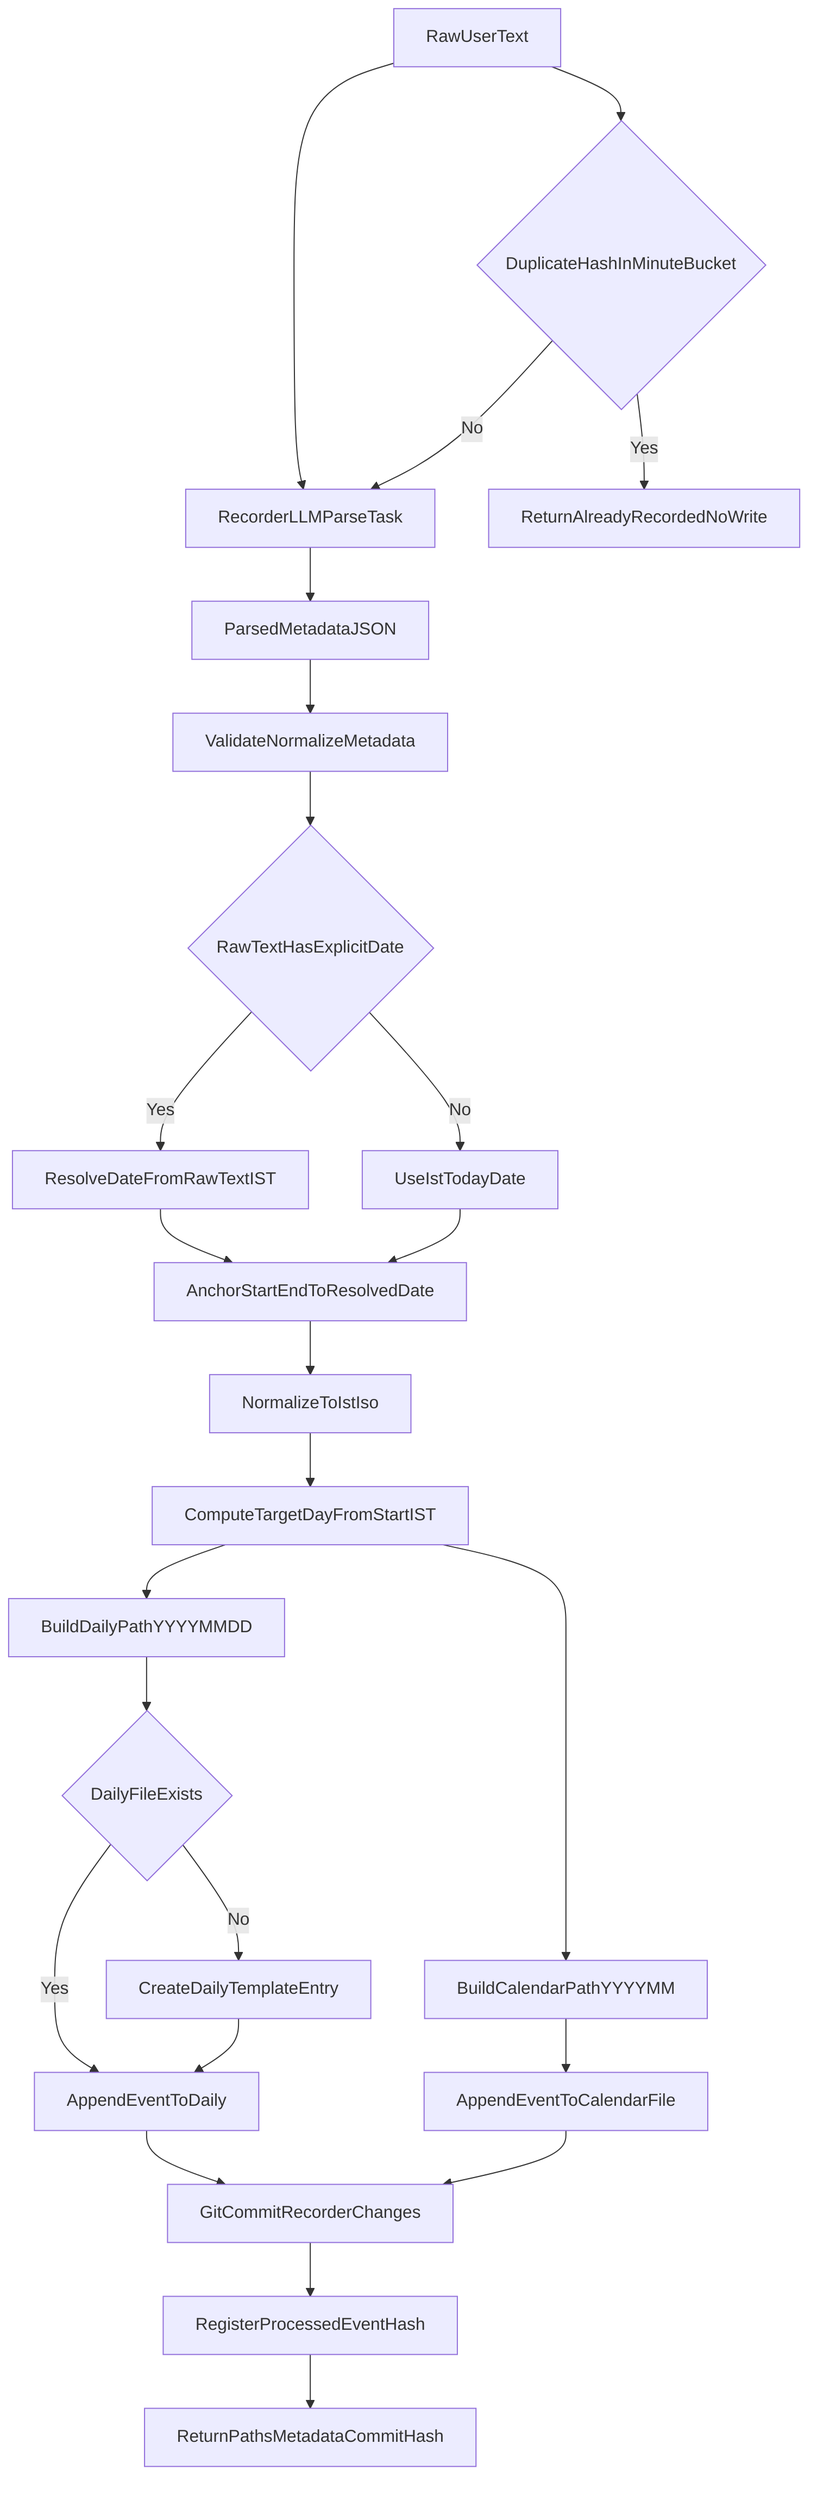
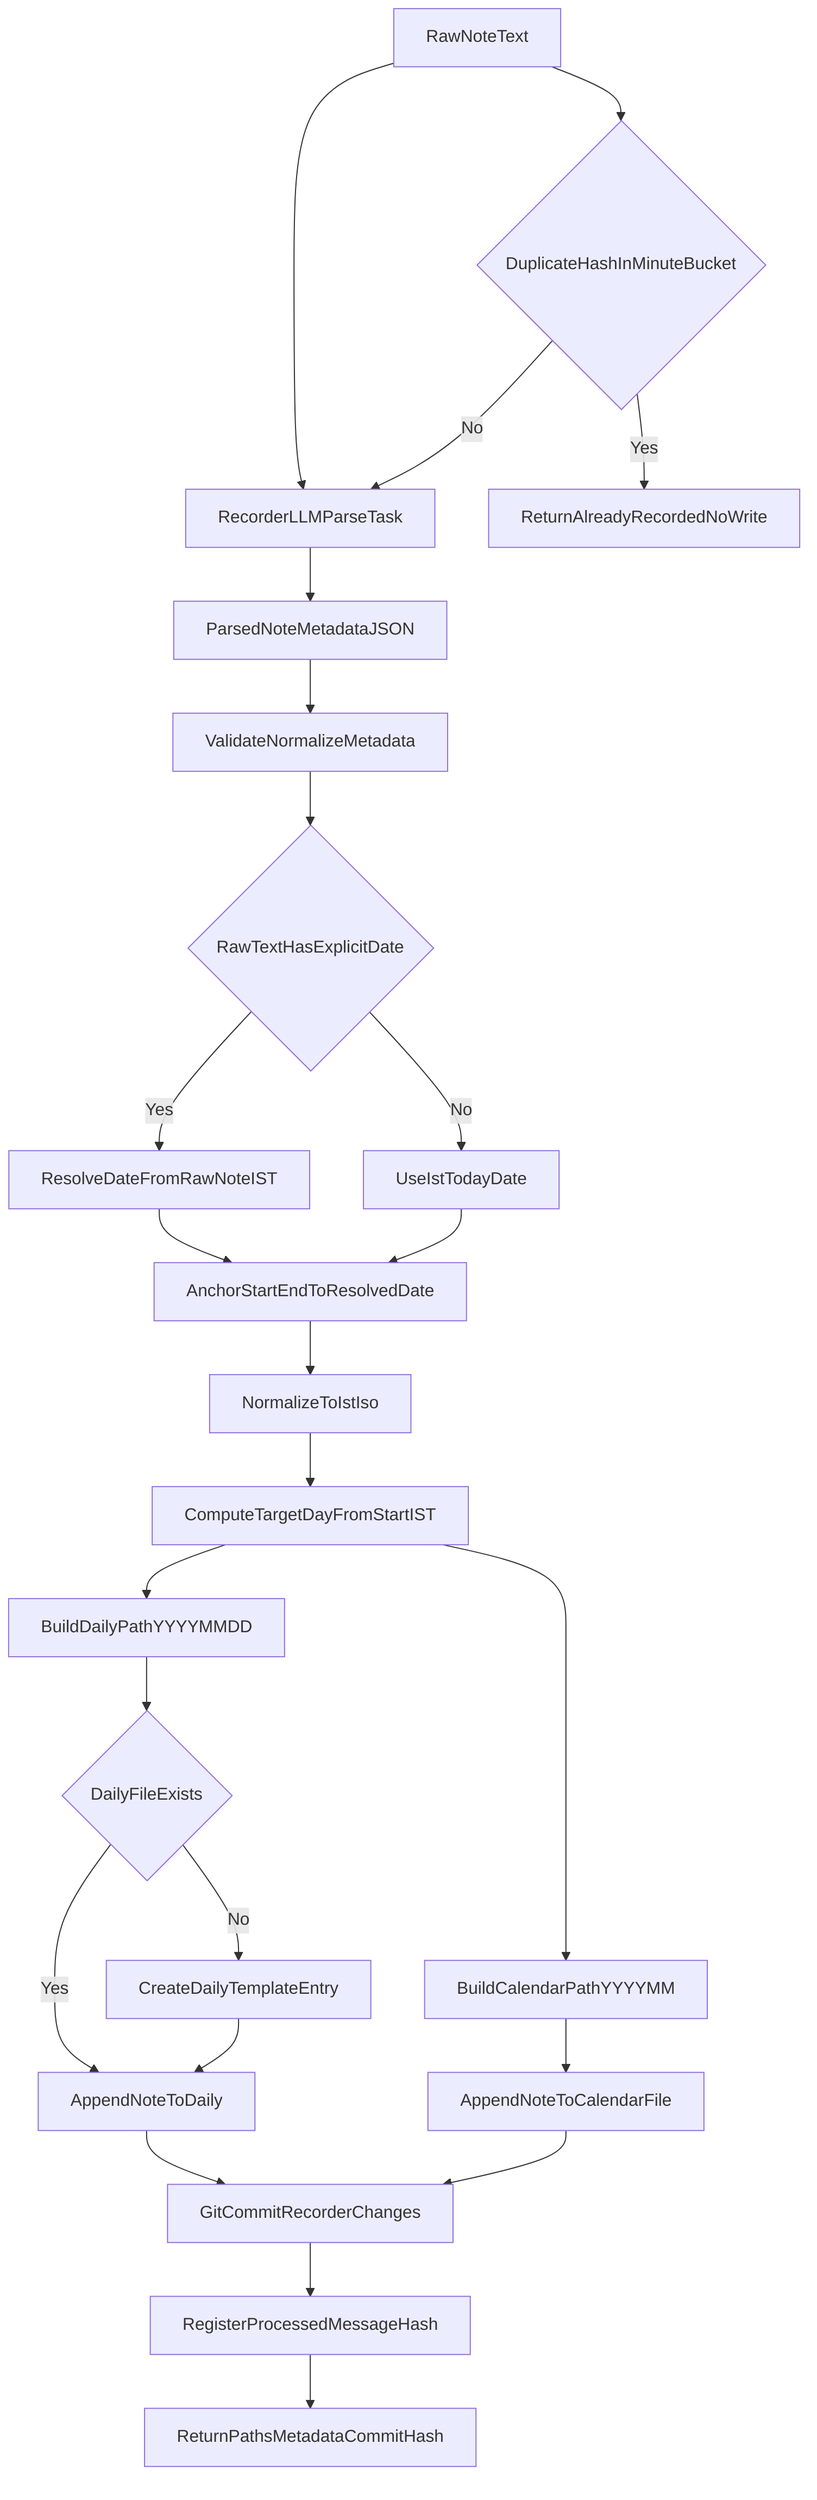
flowchart TD
-   input[RawUserText] --> parseTask[RecorderLLMParseTask]
+   input[RawNoteText] --> parseTask[RecorderLLMParseTask]
  input --> dupCheck{DuplicateHashInMinuteBucket}
  dupCheck -->|Yes| skip[ReturnAlreadyRecordedNoWrite]
  dupCheck -->|No| parseTask
-   parseTask --> parsed[ParsedMetadataJSON]
+   parseTask --> parsed[ParsedNoteMetadataJSON]
  parsed --> validate[ValidateNormalizeMetadata]
  validate --> hasDate{RawTextHasExplicitDate}

-   hasDate -->|Yes| resolveDate[ResolveDateFromRawTextIST]
+   hasDate -->|Yes| resolveDate[ResolveDateFromRawNoteIST]
  hasDate -->|No| useToday[UseIstTodayDate]
  resolveDate --> anchor[AnchorStartEndToResolvedDate]
  useToday --> anchor

  anchor --> normalize[NormalizeToIstIso]
  normalize --> targetDay[ComputeTargetDayFromStartIST]
  targetDay --> dailyPath[BuildDailyPathYYYYMMDD]
  targetDay --> calPath[BuildCalendarPathYYYYMM]

  dailyPath --> ensureDaily{DailyFileExists}
  ensureDaily -->|No| createDaily[CreateDailyTemplateEntry]
-   ensureDaily -->|Yes| appendDaily[AppendEventToDaily]
+   ensureDaily -->|Yes| appendDaily[AppendNoteToDaily]
  createDaily --> appendDaily

-   calPath --> appendCal[AppendEventToCalendarFile]
+   calPath --> appendCal[AppendNoteToCalendarFile]
  appendDaily --> commit[GitCommitRecorderChanges]
  appendCal --> commit
-   commit --> register[RegisterProcessedEventHash]
+   commit --> register[RegisterProcessedMessageHash]
  register --> output[ReturnPathsMetadataCommitHash]
